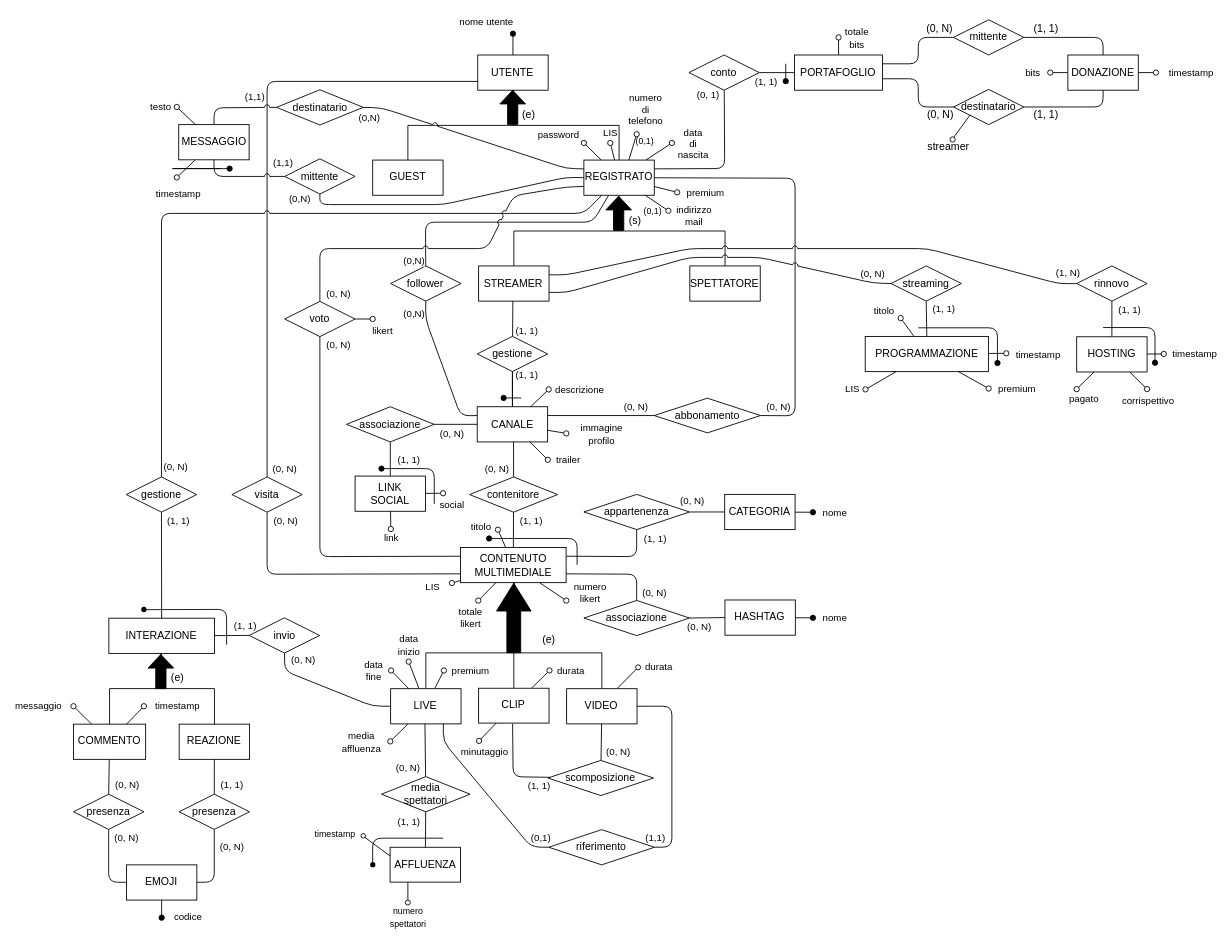
The draw.io diagram Progetto Esame - DBSperimentazioni A.A. 2023-2024/Diagrammi/1.5 Schema E-R.drawio in Mattron2000/Basi_di_dati, before the edit. Source tidied: cells renumbered, new cells numbered last; positions are measured from the earlier drawing's top-left corner, leaving out a move shared by most shapes. Both pictures are drawn from the tidied source at 88%, with x=0, y=0 at pixel (73, 15).
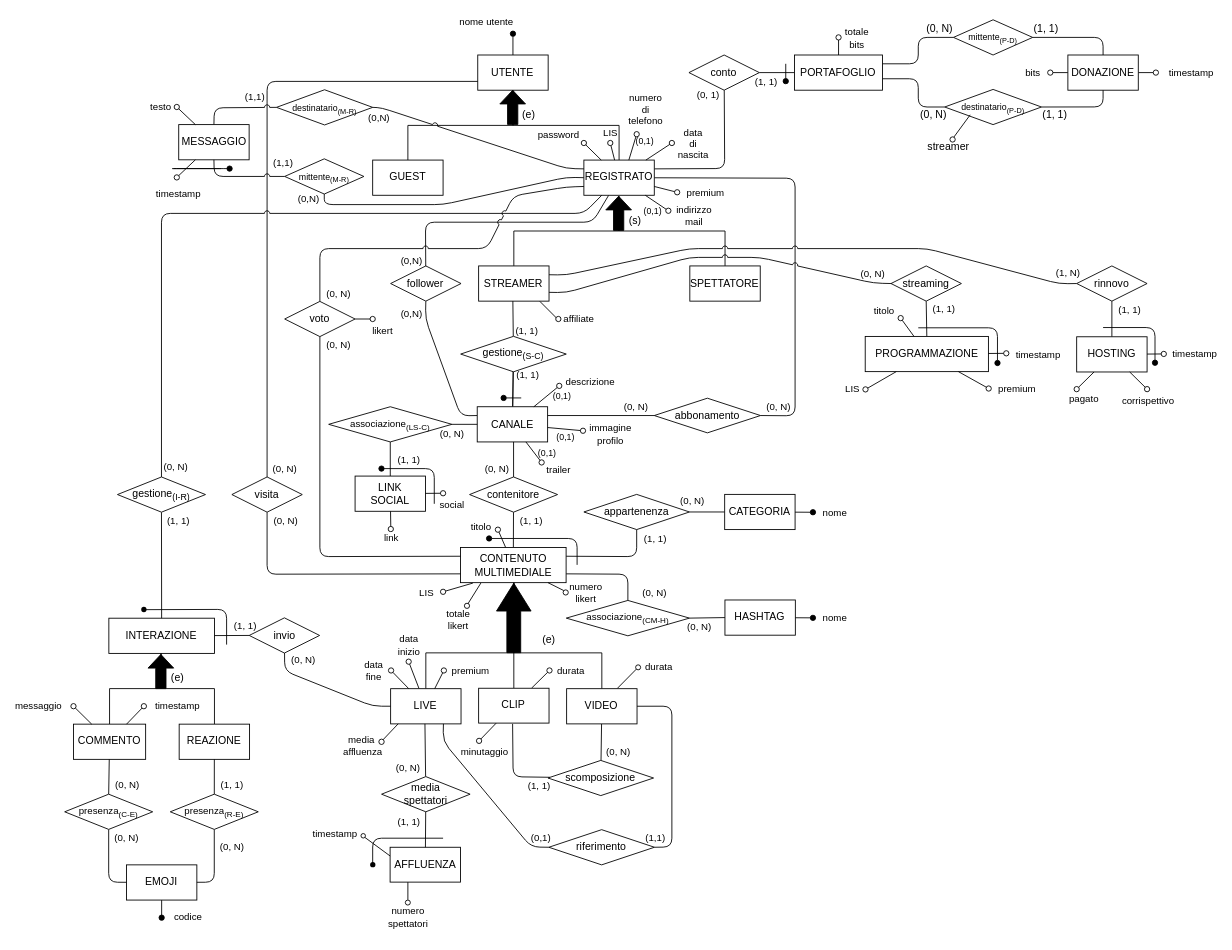
The same page after the edit.

Unchanged cells that the change refers to:
```xml
<mxCell id="10" value="REGISTRATO" style="whiteSpace=wrap;html=1;" parent="1" vertex="1">
  <mxGeometry x="580" y="164.4" width="80" height="40" as="geometry" />
</mxCell>
<mxCell id="40" value="CANALE" style="rounded=0;whiteSpace=wrap;html=1;" parent="1" vertex="1">
  <mxGeometry x="458.8" y="444.7" width="80" height="40" as="geometry" />
</mxCell>
<mxCell id="105" value="CONTENUTO&lt;br&gt;MULTIMEDIALE" style="rounded=0;whiteSpace=wrap;html=1;" parent="1" vertex="1">
  <mxGeometry x="439.8" y="604.6" width="120" height="40" as="geometry" />
</mxCell>
<mxCell id="129" value="LIVE" style="whiteSpace=wrap;html=1;" parent="1" vertex="1">
  <mxGeometry x="360.4" y="765.1" width="80" height="40" as="geometry" />
</mxCell>
```

Diff of the diagram source:
```diff
@@
     <mxCell id="9" style="edgeStyle=none;html=1;exitX=0;exitY=0.5;exitDx=0;exitDy=0;entryX=0.5;entryY=1;entryDx=0;entryDy=0;endArrow=none;endFill=0;jumpStyle=arc;" parent="1" edge="1" source="10" target="196">
       <mxGeometry relative="1" as="geometry">
         <Array as="points">
           <mxPoint x="560" y="184" />
           <mxPoint x="420" y="215" />
           <mxPoint x="340" y="215" />
-          <mxPoint x="280" y="215" />
+          <mxPoint x="285" y="215" />
         </Array>
       </mxGeometry>
     </mxCell>
@@
-    <mxCell id="37" value="gestione" style="rhombus;whiteSpace=wrap;html=1;" parent="1" vertex="1">
-      <mxGeometry x="458.8" y="364.7" width="80" height="40" as="geometry" />
+    <mxCell id="37" value="&lt;font style=&quot;font-size: 12px;&quot;&gt;gestione&lt;sub style=&quot;&quot;&gt;(S-C)&lt;/sub&gt;&lt;/font&gt;" style="rhombus;whiteSpace=wrap;html=1;" parent="1" vertex="1">
+      <mxGeometry x="440" y="364.7" width="120" height="40.3" as="geometry" />
     </mxCell>
@@
     <mxCell id="42" style="endArrow=oval;html=1;fillStyle=auto;strokeWidth=1;startSize=6;endSize=6;fillColor=#000000;startArrow=none;startFill=0;endFill=0;" parent="1" edge="1" source="40">
       <mxGeometry relative="1" as="geometry">
-        <mxPoint x="539" y="505" as="targetPoint" />
+        <mxPoint x="532" y="508" as="targetPoint" />
       </mxGeometry>
     </mxCell>
     <mxCell id="43" value="trailer" style="edgeLabel;html=1;align=center;verticalAlign=middle;" parent="42" vertex="1">
       <mxGeometry x="0.48" y="1" relative="1" as="geometry">
-        <mxPoint x="27" y="6" as="offset" />
+        <mxPoint x="22" y="14" as="offset" />
       </mxGeometry>
     </mxCell>
     <mxCell id="44" style="endArrow=oval;html=1;fillStyle=auto;strokeWidth=1;startSize=6;endSize=6;fillColor=#000000;startArrow=none;startFill=0;endFill=0;" parent="1" edge="1" source="40">
       <mxGeometry relative="1" as="geometry">
-        <mxPoint x="540" y="425" as="targetPoint" />
+        <mxPoint x="552" y="421" as="targetPoint" />
       </mxGeometry>
     </mxCell>
     <mxCell id="45" value="descrizione" style="edgeLabel;html=1;align=center;verticalAlign=middle;" parent="44" vertex="1">
       <mxGeometry x="0.48" y="1" relative="1" as="geometry">
-        <mxPoint x="41" y="-4" as="offset" />
+        <mxPoint x="42" y="-11" as="offset" />
       </mxGeometry>
     </mxCell>
@@
     <mxCell id="47" value="(0,N)" style="edgeLabel;html=1;align=center;verticalAlign=middle;fontSize=11;fontFamily=Helvetica;fontColor=default;" parent="1" vertex="1">
-      <mxGeometry x="380" y="275" as="geometry">
+      <mxGeometry x="377.1" y="275" as="geometry">
         <mxPoint x="6" y="3" as="offset" />
       </mxGeometry>
     </mxCell>
     <mxCell id="48" value="(0,N)" style="edgeLabel;html=1;align=center;verticalAlign=middle;fontSize=11;fontFamily=Helvetica;fontColor=default;" parent="1" vertex="1">
-      <mxGeometry x="380" y="335" as="geometry">
+      <mxGeometry x="377.1" y="335" as="geometry">
         <mxPoint x="6" y="3" as="offset" />
       </mxGeometry>
     </mxCell>
@@
-    <mxCell id="93" value="associazione" style="rhombus;whiteSpace=wrap;html=1;" parent="1" vertex="1">
-      <mxGeometry x="310.3" y="444.7" width="99.5" height="40" as="geometry" />
+    <mxCell id="93" value="&lt;font style=&quot;font-size: 11px;&quot;&gt;associazione&lt;sub style=&quot;&quot;&gt;(LS-C)&lt;/sub&gt;&lt;/font&gt;" style="rhombus;whiteSpace=wrap;html=1;" parent="1" vertex="1">
+      <mxGeometry x="290" y="444.7" width="140" height="40" as="geometry" />
     </mxCell>
@@
     <mxCell id="101" style="endArrow=oval;html=1;fillStyle=auto;strokeWidth=1;startSize=6;endSize=6;fillColor=#000000;startArrow=none;startFill=0;endFill=0;" parent="1" edge="1" source="40">
       <mxGeometry relative="1" as="geometry">
-        <mxPoint x="560" y="475" as="targetPoint" />
+        <mxPoint x="579" y="472" as="targetPoint" />
       </mxGeometry>
     </mxCell>
     <mxCell id="102" value="immagine&lt;br&gt;profilo" style="edgeLabel;html=1;align=center;verticalAlign=middle;" parent="101" vertex="1">
       <mxGeometry x="0.48" y="1" relative="1" as="geometry">
-        <mxPoint x="45" y="2" as="offset" />
+        <mxPoint x="41" y="5" as="offset" />
       </mxGeometry>
     </mxCell>
@@
     <mxCell id="104" style="edgeStyle=none;html=1;exitX=1;exitY=0.75;exitDx=0;exitDy=0;endArrow=none;endFill=0;" parent="1" edge="1" source="105" target="121">
       <mxGeometry relative="1" as="geometry">
         <Array as="points">
-          <mxPoint x="640" y="635" />
+          <mxPoint x="630" y="635" />
         </Array>
       </mxGeometry>
     </mxCell>
@@
-    <mxCell id="108" style="endArrow=oval;html=1;fillStyle=auto;strokeWidth=1;startSize=6;endSize=6;fillColor=#000000;startArrow=none;startFill=0;endFill=0;" parent="1" edge="1" source="105">
+    <mxCell id="108" style="endArrow=oval;html=1;fillStyle=auto;strokeWidth=1;startSize=6;endSize=6;fillColor=#000000;startArrow=none;startFill=0;endFill=0;exitX=0.117;exitY=1.013;exitDx=0;exitDy=0;exitPerimeter=0;" parent="1" edge="1" source="105">
       <mxGeometry relative="1" as="geometry">
-        <mxPoint x="430" y="645" as="targetPoint" />
+        <mxPoint x="420" y="655" as="targetPoint" />
       </mxGeometry>
     </mxCell>
     <mxCell id="109" value="LIS" style="edgeLabel;html=1;align=center;verticalAlign=middle;" parent="108" vertex="1">
       <mxGeometry x="0.48" y="1" relative="1" as="geometry">
-        <mxPoint x="-25" y="3" as="offset" />
+        <mxPoint x="-29" y="2" as="offset" />
       </mxGeometry>
     </mxCell>
@@
-    <mxCell id="121" value="associazione" style="rhombus;whiteSpace=wrap;html=1;" parent="1" vertex="1">
-      <mxGeometry x="580" y="664.8" width="120" height="40" as="geometry" />
+    <mxCell id="121" value="&lt;font style=&quot;font-size: 11px;&quot;&gt;associazione&lt;sub&gt;(CM-H)&lt;/sub&gt;&lt;/font&gt;" style="rhombus;whiteSpace=wrap;html=1;" parent="1" vertex="1">
+      <mxGeometry x="560" y="664.8" width="140" height="40.2" as="geometry" />
     </mxCell>
@@
-    <mxCell id="164" value="gestione" style="rhombus;whiteSpace=wrap;html=1;" parent="1" vertex="1">
-      <mxGeometry x="60" y="524.5" width="80" height="40" as="geometry" />
+    <mxCell id="164" value="gestione&lt;sub&gt;(I-R)&lt;/sub&gt;" style="rhombus;whiteSpace=wrap;html=1;" parent="1" vertex="1">
+      <mxGeometry x="50" y="524.5" width="100" height="40" as="geometry" />
     </mxCell>
@@
-    <mxCell id="185" value="presenza" style="rhombus;whiteSpace=wrap;html=1;rounded=0;" parent="1" vertex="1">
-      <mxGeometry y="885" width="80" height="40" as="geometry" />
+    <mxCell id="185" value="&lt;font style=&quot;font-size: 11px;&quot;&gt;presenza&lt;sub&gt;(C-E)&lt;/sub&gt;&lt;/font&gt;" style="rhombus;whiteSpace=wrap;html=1;rounded=0;" parent="1" vertex="1">
+      <mxGeometry x="-10" y="885" width="100" height="40" as="geometry" />
     </mxCell>
@@
-    <mxCell id="188" value="presenza" style="rhombus;whiteSpace=wrap;html=1;rounded=0;" parent="1" vertex="1">
-      <mxGeometry x="120" y="885" width="80" height="40" as="geometry" />
+    <mxCell id="188" value="&lt;font style=&quot;font-size: 11px;&quot;&gt;presenza&lt;sub&gt;(R-E)&lt;/sub&gt;&lt;/font&gt;" style="rhombus;whiteSpace=wrap;html=1;rounded=0;" parent="1" vertex="1">
+      <mxGeometry x="110" y="885" width="100" height="40" as="geometry" />
     </mxCell>
@@
-    <mxCell id="196" value="mittente" style="rhombus;whiteSpace=wrap;html=1;" parent="1" vertex="1">
-      <mxGeometry x="240" y="163" width="80" height="40" as="geometry" />
+    <mxCell id="196" value="&lt;font style=&quot;font-size: 10px;&quot;&gt;mittente&lt;sub style=&quot;&quot;&gt;(M-R)&lt;/sub&gt;&lt;/font&gt;" style="rhombus;whiteSpace=wrap;html=1;" parent="1" vertex="1">
+      <mxGeometry x="240" y="163" width="90" height="40" as="geometry" />
     </mxCell>
@@
-    <mxCell id="198" value="destinatario" style="rhombus;whiteSpace=wrap;html=1;" parent="1" vertex="1">
-      <mxGeometry x="230.7" y="84.5" width="98.6" height="40" as="geometry" />
+    <mxCell id="198" value="&lt;font style=&quot;font-size: 10px;&quot;&gt;destinatario&lt;sub style=&quot;&quot;&gt;(M-R)&lt;/sub&gt;&lt;/font&gt;" style="rhombus;whiteSpace=wrap;html=1;" parent="1" vertex="1">
+      <mxGeometry x="230.7" y="84.5" width="109.3" height="40" as="geometry" />
     </mxCell>
@@
     <mxCell id="205" value="(0,N)" style="edgeLabel;html=1;align=center;verticalAlign=middle;fontSize=11;fontFamily=Helvetica;fontColor=default;" parent="1" vertex="1">
-      <mxGeometry x="329.3" y="113" as="geometry">
+      <mxGeometry x="340" y="113" as="geometry">
         <mxPoint x="6" y="3" as="offset" />
       </mxGeometry>
     </mxCell>
     <mxCell id="206" value="(0,N)" style="edgeLabel;html=1;align=center;verticalAlign=middle;fontSize=11;fontFamily=Helvetica;fontColor=default;" parent="1" vertex="1">
-      <mxGeometry x="250" y="204.4" as="geometry">
+      <mxGeometry x="260" y="204.4" as="geometry">
         <mxPoint x="6" y="3" as="offset" />
       </mxGeometry>
     </mxCell>
@@
-    <mxCell id="215" value="destinatario" style="rhombus;whiteSpace=wrap;html=1;strokeColor=#000000;" parent="1" vertex="1">
-      <mxGeometry x="1000" y="84.1" width="80" height="40" as="geometry" />
+    <mxCell id="215" value="&lt;font style=&quot;font-size: 10px;&quot;&gt;destinatario&lt;sub style=&quot;&quot;&gt;(P-D)&lt;/sub&gt;&lt;/font&gt;" style="rhombus;whiteSpace=wrap;html=1;strokeColor=#000000;" parent="1" vertex="1">
+      <mxGeometry x="990" y="84.1" width="110" height="40" as="geometry" />
     </mxCell>
@@
-    <mxCell id="217" style="shape=waypoint;sketch=0;fillStyle=solid;size=6;fillColor=none;perimeter=centerPerimeter;strokeColor=#000000;fontColor=#FF0000;" parent="1" vertex="1">
+    <mxCell id="217" style="shape=waypoint;fillStyle=solid;size=6;fillColor=none;perimeter=centerPerimeter;strokeColor=#000000;fontColor=#FF0000;" parent="1" vertex="1">
       <mxGeometry x="70" y="665.1" width="20" height="20" as="geometry" />
     </mxCell>
@@
-    <mxCell id="225" value="&lt;font color=&quot;#000000&quot; style=&quot;font-size: 10px;&quot;&gt;numero &lt;br&gt;spettatori&lt;/font&gt;" style="text;html=1;align=center;verticalAlign=middle;strokeColor=none;fillColor=none;fontSize=11;fontColor=#FF0000;" parent="1" vertex="1">
-      <mxGeometry x="350.1" y="1005.3" width="60" height="40" as="geometry" />
+    <mxCell id="225" value="&lt;font color=&quot;#000000&quot; style=&quot;font-size: 11px;&quot;&gt;numero &lt;br&gt;spettatori&lt;/font&gt;" style="text;html=1;align=center;verticalAlign=middle;strokeColor=none;fillColor=none;fontSize=11;fontColor=#FF0000;" parent="1" vertex="1">
+      <mxGeometry x="345.1" y="1005.3" width="70" height="40" as="geometry" />
     </mxCell>
-    <mxCell id="226" value="&lt;font color=&quot;#000000&quot;&gt;timestamp&lt;/font&gt;" style="text;html=1;align=center;verticalAlign=middle;strokeColor=none;fillColor=none;fontSize=10;fontColor=#FF0000;" parent="1" vertex="1">
+    <mxCell id="226" value="&lt;font style=&quot;font-size: 11px;&quot; color=&quot;#000000&quot;&gt;timestamp&lt;/font&gt;" style="text;html=1;align=center;verticalAlign=middle;strokeColor=none;fillColor=none;fontSize=10;fontColor=#FF0000;" parent="1" vertex="1">
       <mxGeometry x="261.9" y="915.3" width="70" height="30" as="geometry" />
     </mxCell>
@@
-    <mxCell id="228" style="shape=waypoint;sketch=0;fillStyle=solid;size=6;fillColor=none;perimeter=centerPerimeter;strokeColor=#000000;fontSize=10;fontColor=#FF0000;" parent="1" vertex="1">
+    <mxCell id="228" style="shape=waypoint;fillStyle=solid;size=6;fillColor=none;perimeter=centerPerimeter;strokeColor=#000000;fontSize=10;fontColor=#FF0000;" parent="1" vertex="1">
       <mxGeometry x="330.1" y="955.1" width="20" height="20" as="geometry" />
     </mxCell>
-    <mxCell id="229" value="mittente" style="rhombus;whiteSpace=wrap;html=1;strokeColor=#000000;" parent="1" vertex="1">
-      <mxGeometry x="1000" y="5" width="80" height="40" as="geometry" />
+    <mxCell id="229" value="&lt;font style=&quot;font-size: 10px;&quot;&gt;mittente&lt;sub style=&quot;&quot;&gt;(P-D)&lt;/sub&gt;&lt;/font&gt;" style="rhombus;whiteSpace=wrap;html=1;strokeColor=#000000;" parent="1" vertex="1">
+      <mxGeometry x="1000" y="5" width="90" height="40" as="geometry" />
     </mxCell>
@@
     <mxCell id="234" style="endArrow=none;html=1;strokeColor=#000000;fontColor=#FF0000;edgeStyle=elbowEdgeStyle;entryX=0;entryY=0.5;entryDx=0;entryDy=0;" parent="1" edge="1" target="215">
       <mxGeometry relative="1" as="geometry">
         <mxPoint x="919.4" y="72" as="sourcePoint" />
+        <Array as="points">
+          <mxPoint x="960" y="85" />
+        </Array>
       </mxGeometry>
     </mxCell>
@@
     <mxCell id="238" value="&lt;font color=&quot;#000000&quot;&gt;(0, N)&lt;/font&gt;" style="text;html=1;align=center;verticalAlign=middle;strokeColor=none;fillColor=none;fontColor=#FF0000;" parent="1" vertex="1">
-      <mxGeometry x="960" y="98" width="50" height="30" as="geometry" />
+      <mxGeometry x="952" y="98" width="50" height="30" as="geometry" />
     </mxCell>
@@
     <mxCell id="241" value="&lt;font color=&quot;#000000&quot;&gt;(1, 1)&lt;/font&gt;" style="text;html=1;align=center;verticalAlign=middle;strokeColor=none;fillColor=none;fontColor=#FF0000;" parent="1" vertex="1">
-      <mxGeometry x="1080" y="98" width="50" height="30" as="geometry" />
+      <mxGeometry x="1090" y="98" width="50" height="30" as="geometry" />
     </mxCell>
@@
-    <mxCell id="244" style="endArrow=oval;html=1;fillStyle=auto;strokeWidth=1;startSize=6;endSize=6;fillColor=#000000;startArrow=none;startFill=0;endFill=0;" parent="1" edge="1" source="129">
-      <mxGeometry relative="1" as="geometry">
-        <mxPoint x="360" y="825" as="targetPoint" />
-      </mxGeometry>
+    <mxCell id="244" value="&lt;font style=&quot;font-size: 10px;&quot;&gt;(0,1)&lt;/font&gt;" style="text;html=1;align=center;verticalAlign=middle;strokeColor=none;fillColor=none;fontSize=11;" parent="1" vertex="1">
+      <mxGeometry x="535" y="419.8" width="39" height="25" as="geometry" />
     </mxCell>
-    <mxCell id="245" value="media&lt;br&gt;affluenza" style="edgeLabel;html=1;align=center;verticalAlign=middle;" parent="244" vertex="1">
-      <mxGeometry x="0.48" y="1" relative="1" as="geometry">
-        <mxPoint x="-39" y="5" as="offset" />
-      </mxGeometry>
+    <mxCell id="245" value="&lt;font style=&quot;font-size: 10px;&quot;&gt;(0,1)&lt;/font&gt;" style="text;html=1;align=center;verticalAlign=middle;strokeColor=none;fillColor=none;fontSize=11;" parent="1" vertex="1">
+      <mxGeometry x="539.8" y="466" width="39" height="25" as="geometry" />
     </mxCell>
-    <mxCell id="246" style="endArrow=oval;html=1;fillStyle=auto;strokeWidth=1;startSize=6;endSize=6;fillColor=#000000;startArrow=none;startFill=0;endFill=0;" parent="1" edge="1" source="105">
-      <mxGeometry relative="1" as="geometry">
-        <mxPoint x="560" y="665" as="targetPoint" />
-      </mxGeometry>
-    </mxCell>
-    <mxCell id="247" value="numero&lt;br&gt;likert" style="edgeLabel;html=1;align=center;verticalAlign=middle;" parent="246" vertex="1">
-      <mxGeometry x="0.48" y="1" relative="1" as="geometry">
-        <mxPoint x="34" y="-3" as="offset" />
-      </mxGeometry>
+    <mxCell id="247" value="(0,1)" style="text;html=1;align=center;verticalAlign=middle;strokeColor=none;fillColor=none;fontSize=10;" parent="1" vertex="1">
+      <mxGeometry x="518.5" y="484.7" width="39" height="24" as="geometry" />
     </mxCell>
-    <mxCell id="248" style="endArrow=oval;html=1;fillStyle=auto;strokeWidth=1;startSize=6;endSize=6;fillColor=#000000;startArrow=none;startFill=0;endFill=0;" parent="1" edge="1" source="105">
-      <mxGeometry relative="1" as="geometry">
-        <mxPoint x="460" y="665" as="targetPoint" />
-      </mxGeometry>
-    </mxCell>
-    <mxCell id="249" value="totale&lt;br&gt;likert" style="edgeLabel;html=1;align=center;verticalAlign=middle;" parent="248" vertex="1">
-      <mxGeometry x="0.48" y="1" relative="1" as="geometry">
-        <mxPoint x="-16" y="24" as="offset" />
+    <mxCell id="249" style="endArrow=none;html=1;fontSize=10;" parent="1" edge="1">
+      <mxGeometry relative="1" as="geometry">
+        <mxPoint x="350" y="825" as="sourcePoint" />
+        <mxPoint x="369" y="805" as="targetPoint" />
       </mxGeometry>
     </mxCell>
+    <mxCell id="250" style="ellipse;whiteSpace=wrap;html=1;fontSize=10;" parent="1" vertex="1">
+      <mxGeometry x="347" y="822.4" width="6.1" height="6.1" as="geometry" />
+    </mxCell>
+    <mxCell id="251" value="&lt;font style=&quot;font-size: 11px;&quot;&gt;media&lt;br&gt;&amp;nbsp;affluenza&lt;/font&gt;" style="text;html=1;align=center;verticalAlign=middle;strokeColor=none;fillColor=none;fontSize=10;" parent="1" vertex="1">
+      <mxGeometry x="294.4" y="811" width="66" height="38" as="geometry" />
+    </mxCell>
+    <mxCell id="252" style="endArrow=none;html=1;fontSize=11;exitX=0.193;exitY=1.011;exitDx=0;exitDy=0;exitPerimeter=0;" parent="1" edge="1" source="105">
+      <mxGeometry relative="1" as="geometry">
+        <mxPoint x="448" y="669" as="targetPoint" />
+      </mxGeometry>
+    </mxCell>
+    <mxCell id="253" style="ellipse;whiteSpace=wrap;html=1;fontSize=11;" parent="1" vertex="1">
+      <mxGeometry x="444.2" y="668" width="5.9" height="5.9" as="geometry" />
+    </mxCell>
+    <mxCell id="254" value="totale &lt;br&gt;likert" style="text;html=1;align=center;verticalAlign=middle;strokeColor=none;fillColor=none;fontSize=11;" parent="1" vertex="1">
+      <mxGeometry x="414.4" y="668" width="45" height="38" as="geometry" />
+    </mxCell>
+    <mxCell id="255" style="endArrow=none;html=1;fontSize=11;exitX=0.193;exitY=1.011;exitDx=0;exitDy=0;exitPerimeter=0;entryX=0;entryY=0;entryDx=0;entryDy=0;" parent="1" edge="1" target="256">
+      <mxGeometry relative="1" as="geometry">
+        <mxPoint x="539.2" y="644.6" as="sourcePoint" />
+      </mxGeometry>
+    </mxCell>
+    <mxCell id="256" style="ellipse;whiteSpace=wrap;html=1;fontSize=11;" parent="1" vertex="1">
+      <mxGeometry x="556.4" y="652.8" width="5.9" height="5.9" as="geometry" />
+    </mxCell>
+    <mxCell id="257" value="numero &lt;br&gt;likert" style="text;html=1;align=center;verticalAlign=middle;strokeColor=none;fillColor=none;fontSize=11;" parent="1" vertex="1">
+      <mxGeometry x="554" y="636.8" width="55" height="38" as="geometry" />
+    </mxCell>
+    <mxCell id="258" style="endArrow=none;html=1;" parent="1" edge="1">
+      <mxGeometry relative="1" as="geometry">
+        <mxPoint x="550" y="345" as="sourcePoint" />
+        <mxPoint x="530" y="325" as="targetPoint" />
+      </mxGeometry>
+    </mxCell>
+    <mxCell id="259" style="ellipse;whiteSpace=wrap;html=1;" parent="1" vertex="1">
+      <mxGeometry x="548" y="342" width="6" height="6" as="geometry" />
+    </mxCell>
+    <mxCell id="260" value="&lt;font style=&quot;font-size: 11px;&quot;&gt;affiliate&lt;/font&gt;" style="text;html=1;align=center;verticalAlign=middle;strokeColor=none;fillColor=none;" parent="1" vertex="1">
+      <mxGeometry x="547.1" y="332" width="53" height="26" as="geometry" />
+    </mxCell>
```
